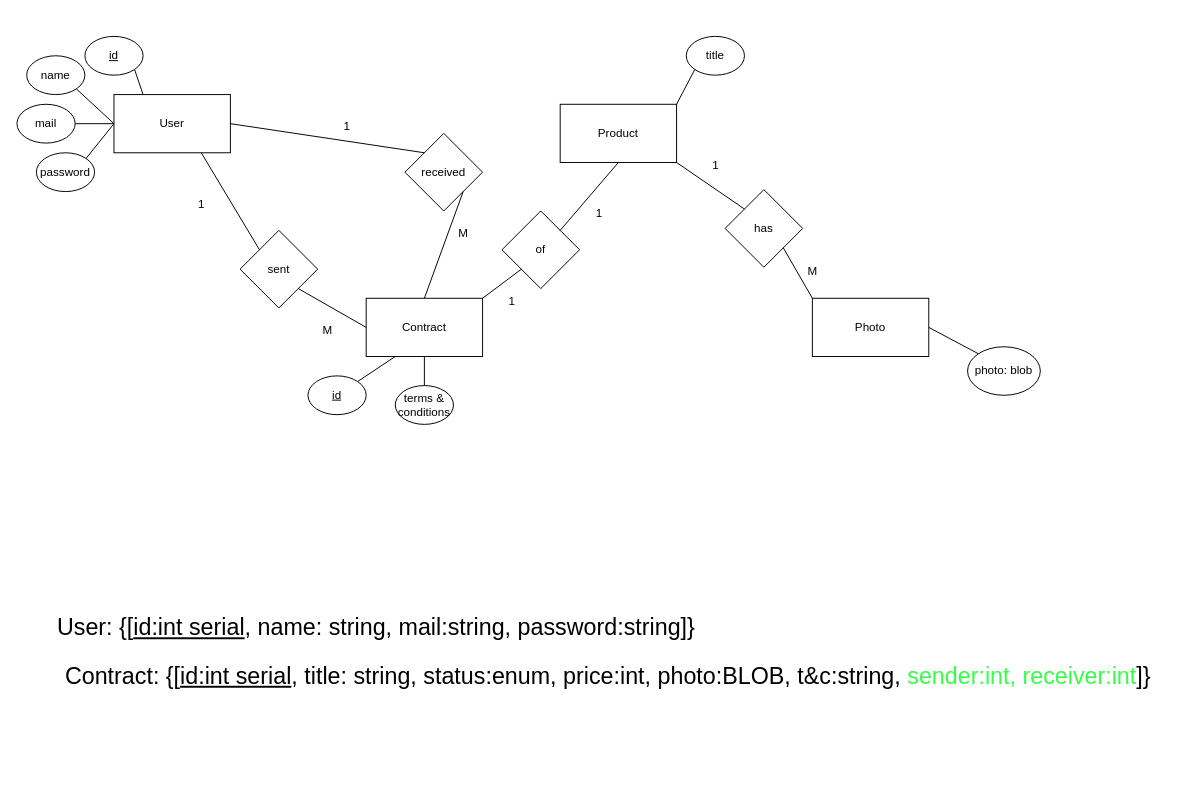
Earlier version of the draw.io diagram tbctech.drawio (HolyCrusaD3R/Databases-1). Source tidied: cells renumbered, new cells numbered last; positions are measured from the earlier drawing's top-left corner, leaving out a move shared by most shapes. Both pictures are drawn from the tidied source at 97%, with x=0, y=0 at pixel (16, 36).
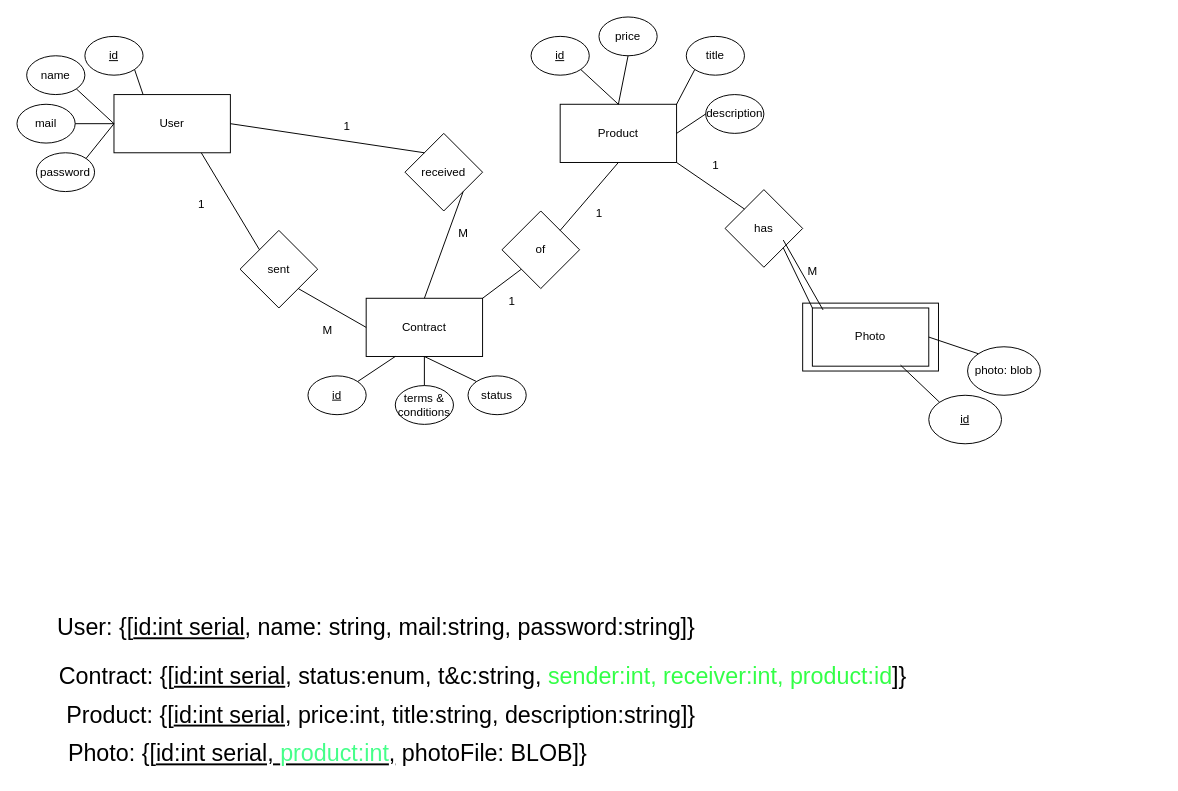
The same page after the edit.

Unchanged cells that the change refers to:
```xml
<mxCell id="11" value="Contract" style="rounded=0;whiteSpace=wrap;html=1;" parent="1" vertex="1">
  <mxGeometry x="360" y="270" width="120" height="60" as="geometry" />
</mxCell>
<mxCell id="29" value="Product" style="rounded=0;whiteSpace=wrap;html=1;" parent="1" vertex="1">
  <mxGeometry x="560" y="70" width="120" height="60" as="geometry" />
</mxCell>
```

What changed in the source:
```diff
@@
+    <mxCell id="44" style="rounded=0;whiteSpace=wrap;html=1;" parent="1" vertex="1">
+      <mxGeometry x="810" y="275" width="140" height="70" as="geometry" />
+    </mxCell>
@@
-    <mxCell id="27" value="&lt;font style=&quot;font-size: 24px;&quot;&gt;Contract: {[&lt;u style=&quot;&quot;&gt;id:int serial&lt;/u&gt;, title: string, status:enum, price:int, photo:BLOB, t&amp;amp;c:string, &lt;font color=&quot;#33ff47&quot;&gt;sender:int, receiver:int&lt;/font&gt;]}&lt;/font&gt;" style="text;html=1;align=center;verticalAlign=middle;strokeColor=none;fillColor=none;" parent="1" vertex="1">
-      <mxGeometry x="39" y="640" width="1140" height="40" as="geometry" />
+    <mxCell id="27" value="&lt;font style=&quot;font-size: 24px;&quot;&gt;Contract: {[&lt;u style=&quot;&quot;&gt;id:int serial&lt;/u&gt;, status:enum, t&amp;amp;c:string, &lt;font color=&quot;#33ff47&quot;&gt;sender:int, receiver:int, product:id&lt;/font&gt;]}&lt;/font&gt;" style="text;html=1;align=center;verticalAlign=middle;strokeColor=none;fillColor=none;" parent="1" vertex="1">
+      <mxGeometry x="30" y="640" width="900" height="40" as="geometry" />
     </mxCell>
     <mxCell id="28" value="Photo" style="rounded=0;whiteSpace=wrap;html=1;" parent="1" vertex="1">
-      <mxGeometry x="820" y="270" width="120" height="60" as="geometry" />
+      <mxGeometry x="820" y="280" width="120" height="60" as="geometry" />
     </mxCell>
@@
+    <mxCell id="45" value="price" style="ellipse;whiteSpace=wrap;html=1;" parent="1" vertex="1">
+      <mxGeometry x="600" y="-20" width="60" height="40" as="geometry" />
+    </mxCell>
+    <mxCell id="46" style="endArrow=none;html=1;rounded=0;exitX=0.5;exitY=1;exitDx=0;exitDy=0;entryX=0.5;entryY=0;entryDx=0;entryDy=0;" parent="1" edge="1" source="45" target="29">
+      <mxGeometry relative="1" as="geometry" />
+    </mxCell>
+    <mxCell id="47" value="status" style="ellipse;whiteSpace=wrap;html=1;" parent="1" vertex="1">
+      <mxGeometry x="465" y="350" width="60" height="40" as="geometry" />
+    </mxCell>
+    <mxCell id="48" style="endArrow=none;html=1;rounded=0;exitX=0.5;exitY=1;exitDx=0;exitDy=0;entryX=0;entryY=0;entryDx=0;entryDy=0;" parent="1" edge="1" source="11" target="47">
+      <mxGeometry relative="1" as="geometry" />
+    </mxCell>
+    <mxCell id="49" value="description" style="ellipse;whiteSpace=wrap;html=1;" parent="1" vertex="1">
+      <mxGeometry x="710" y="60" width="60" height="40" as="geometry" />
+    </mxCell>
+    <mxCell id="50" style="endArrow=none;html=1;rounded=0;exitX=1;exitY=0.5;exitDx=0;exitDy=0;entryX=0;entryY=0.5;entryDx=0;entryDy=0;" parent="1" edge="1" source="29" target="49">
+      <mxGeometry relative="1" as="geometry" />
+    </mxCell>
+    <mxCell id="51" value="&lt;u&gt;id&lt;/u&gt;" style="ellipse;whiteSpace=wrap;html=1;" parent="1" vertex="1">
+      <mxGeometry x="530" width="60" height="40" as="geometry" />
+    </mxCell>
+    <mxCell id="52" style="endArrow=none;html=1;rounded=0;exitX=1;exitY=1;exitDx=0;exitDy=0;entryX=0.5;entryY=0;entryDx=0;entryDy=0;" parent="1" edge="1" source="51" target="29">
+      <mxGeometry relative="1" as="geometry" />
+    </mxCell>
+    <mxCell id="53" value="&lt;font style=&quot;font-size: 24px;&quot;&gt;Product: {[&lt;u style=&quot;&quot;&gt;id:int serial&lt;/u&gt;, price:int, title:string, description:string]}&lt;/font&gt;" style="text;html=1;align=center;verticalAlign=middle;strokeColor=none;fillColor=none;" parent="1" vertex="1">
+      <mxGeometry x="40" y="680" width="670" height="40" as="geometry" />
+    </mxCell>
+    <mxCell id="54" value="&lt;font style=&quot;font-size: 24px;&quot;&gt;Photo: {[&lt;u&gt;id:int serial, &lt;font color=&quot;#45ff89&quot;&gt;product:int&lt;/font&gt;,&lt;/u&gt; photoFile: BLOB]}&lt;/font&gt;" style="text;html=1;align=center;verticalAlign=middle;strokeColor=none;fillColor=none;" parent="1" vertex="1">
+      <mxGeometry x="40" y="720" width="560" height="40" as="geometry" />
+    </mxCell>
+    <mxCell id="55" style="endArrow=none;html=1;rounded=0;entryX=0.15;entryY=0.1;entryDx=0;entryDy=0;entryPerimeter=0;" parent="1" edge="1" target="44">
+      <mxGeometry relative="1" as="geometry">
+        <mxPoint x="790" y="210" as="sourcePoint" />
+      </mxGeometry>
+    </mxCell>
+    <mxCell id="56" value="&lt;u&gt;id&lt;/u&gt;" style="ellipse;whiteSpace=wrap;html=1;" parent="1" vertex="1">
+      <mxGeometry x="940" y="370" width="75" height="50" as="geometry" />
+    </mxCell>
+    <mxCell id="57" style="endArrow=none;html=1;rounded=0;entryX=0.721;entryY=0.914;entryDx=0;entryDy=0;exitX=0;exitY=0;exitDx=0;exitDy=0;entryPerimeter=0;" parent="1" edge="1" source="56" target="44">
+      <mxGeometry relative="1" as="geometry" />
+    </mxCell>
```
